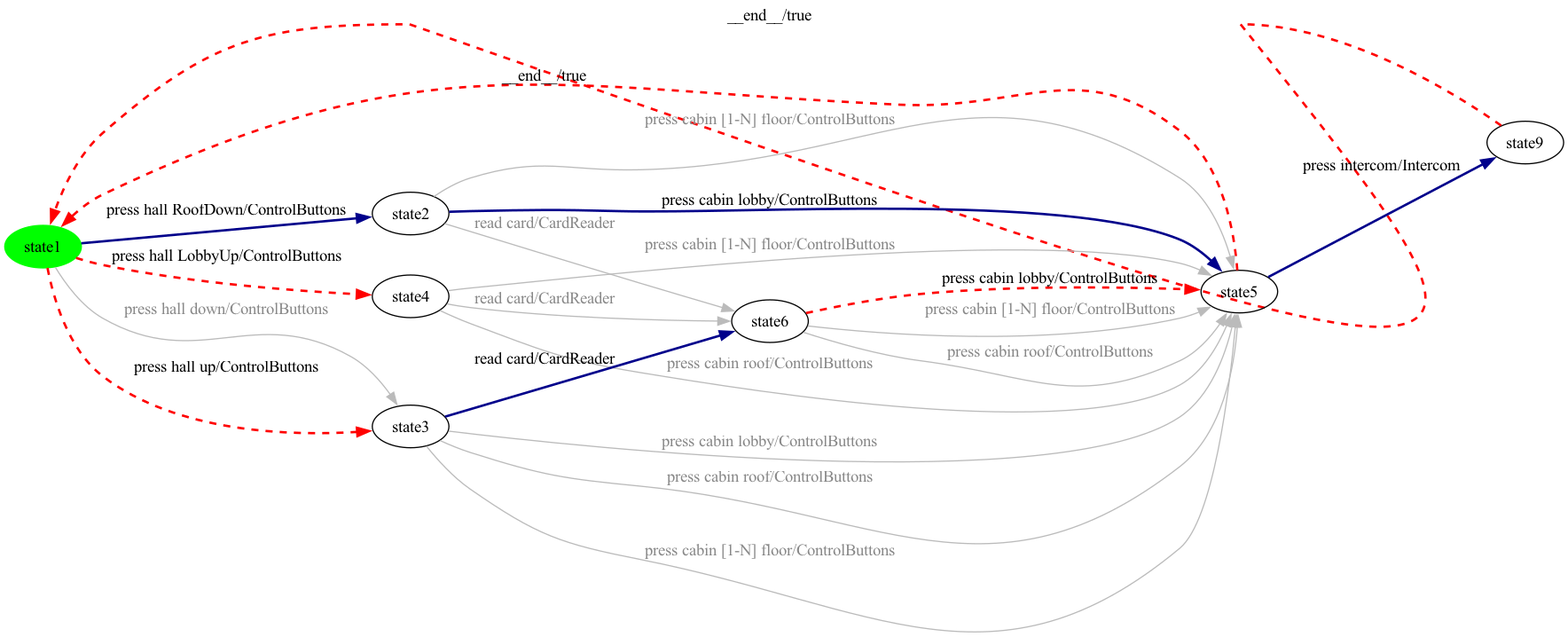
Above: milestone-reports/per-product-all-states/Elevator/Elevator-product21-walk.png in dilekozturk93/vibes (Graphviz), before the change. Its source is kept beside it as milestone-reports/per-product-all-states/Elevator/Elevator-product21-walk.dot.
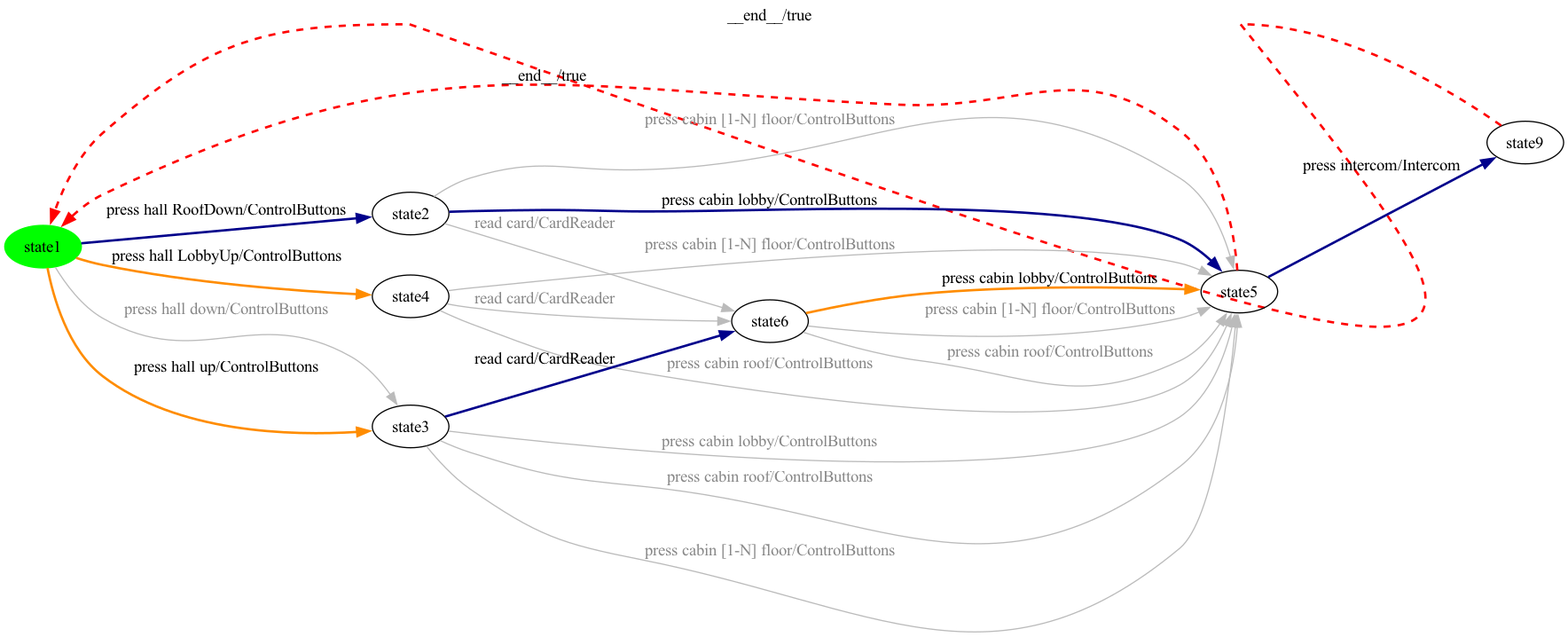
After the change.

The edit, as a diff of the source:
```diff
@@ -7,12 +7,12 @@
 state4 [ label = "state2" ];
 state5 [ label = "state4" ];
 state6 [ label = "state3" ];
-state2 -> state3 [ label=" press cabin lobby/ControlButtons ", style=dashed, color=red, penwidth=2 ];
+state2 -> state3 [ label=" press cabin lobby/ControlButtons ", style=bold, color=darkorange, penwidth=2 ];
 state2 -> state3 [ label=" press cabin [1-N] floor/ControlButtons ", color="#bbbbbb", fontcolor="#888888" ];
 state1 -> state0 [ label=" __end__/true ", style=dashed, color=red, penwidth=2 ];
 state0 -> state4 [ label=" press hall RoofDown/ControlButtons ", style=bold, color=darkblue, penwidth=2 ];
 state3 -> state1 [ label=" press intercom/Intercom ", style=bold, color=darkblue, penwidth=2 ];
-state0 -> state6 [ label=" press hall up/ControlButtons ", style=dashed, color=red, penwidth=2 ];
+state0 -> state6 [ label=" press hall up/ControlButtons ", style=bold, color=darkorange, penwidth=2 ];
 state5 -> state3 [ label=" press cabin roof/ControlButtons ", color="#bbbbbb", fontcolor="#888888" ];
 state6 -> state2 [ label=" read card/CardReader ", style=bold, color=darkblue, penwidth=2 ];
 state4 -> state3 [ label=" press cabin [1-N] floor/ControlButtons ", color="#bbbbbb", fontcolor="#888888" ];
@@ -24,7 +24,7 @@
 state4 -> state2 [ label=" read card/CardReader ", color="#bbbbbb", fontcolor="#888888" ];
 state0 -> state6 [ label=" press hall down/ControlButtons ", color="#bbbbbb", fontcolor="#888888" ];
 state4 -> state3 [ label=" press cabin lobby/ControlButtons ", style=bold, color=darkblue, penwidth=2 ];
-state0 -> state5 [ label=" press hall LobbyUp/ControlButtons ", style=dashed, color=red, penwidth=2 ];
+state0 -> state5 [ label=" press hall LobbyUp/ControlButtons ", style=bold, color=darkorange, penwidth=2 ];
 state6 -> state3 [ label=" press cabin [1-N] floor/ControlButtons ", color="#bbbbbb", fontcolor="#888888" ];
 state3 -> state0 [ label=" __end__/true ", style=dashed, color=red, penwidth=2 ];
 }
```
